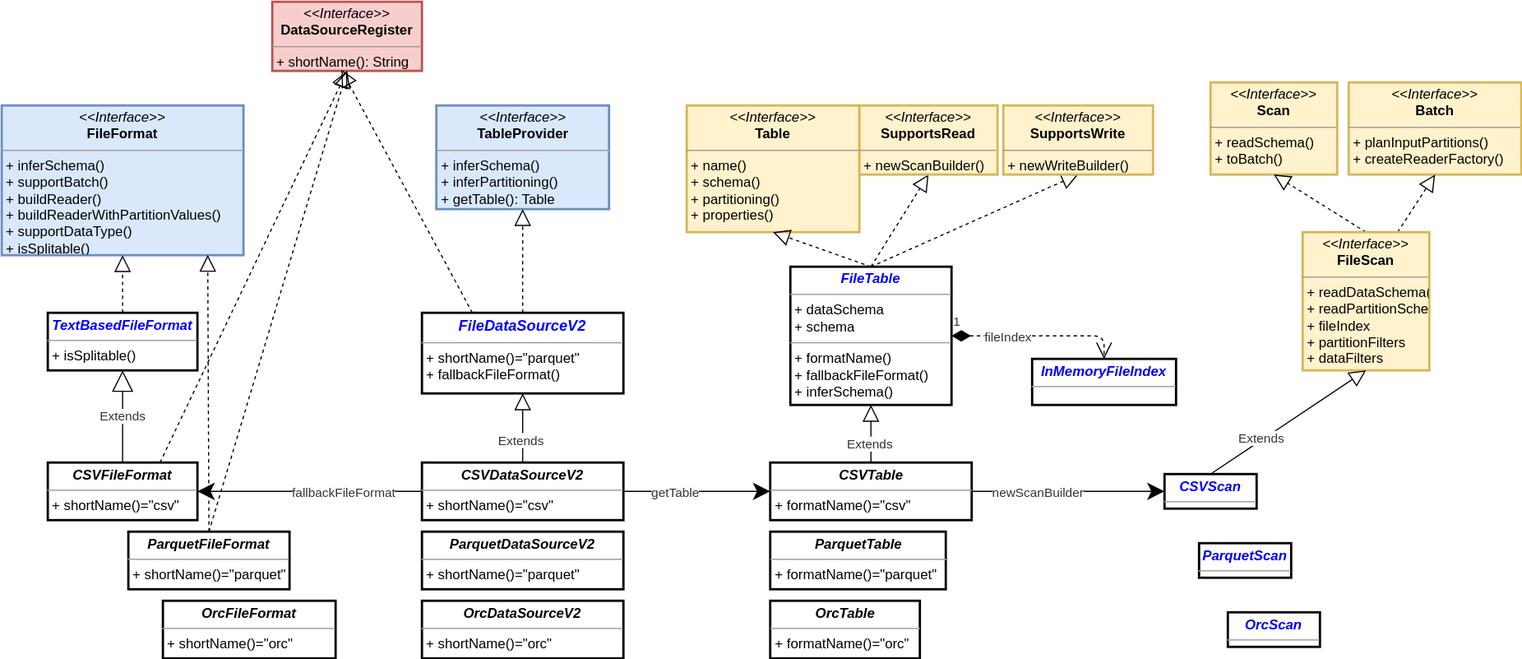
This is docs/spark/data-reader/datareader-data-source.svg from wbo4958/wbo4958.github.io, a draw.io export, as it was before one commit. Source tidied: cells renumbered, new cells last; positions are measured from the earlier drawing's top-left corner, leaving out a move shared by most shapes.
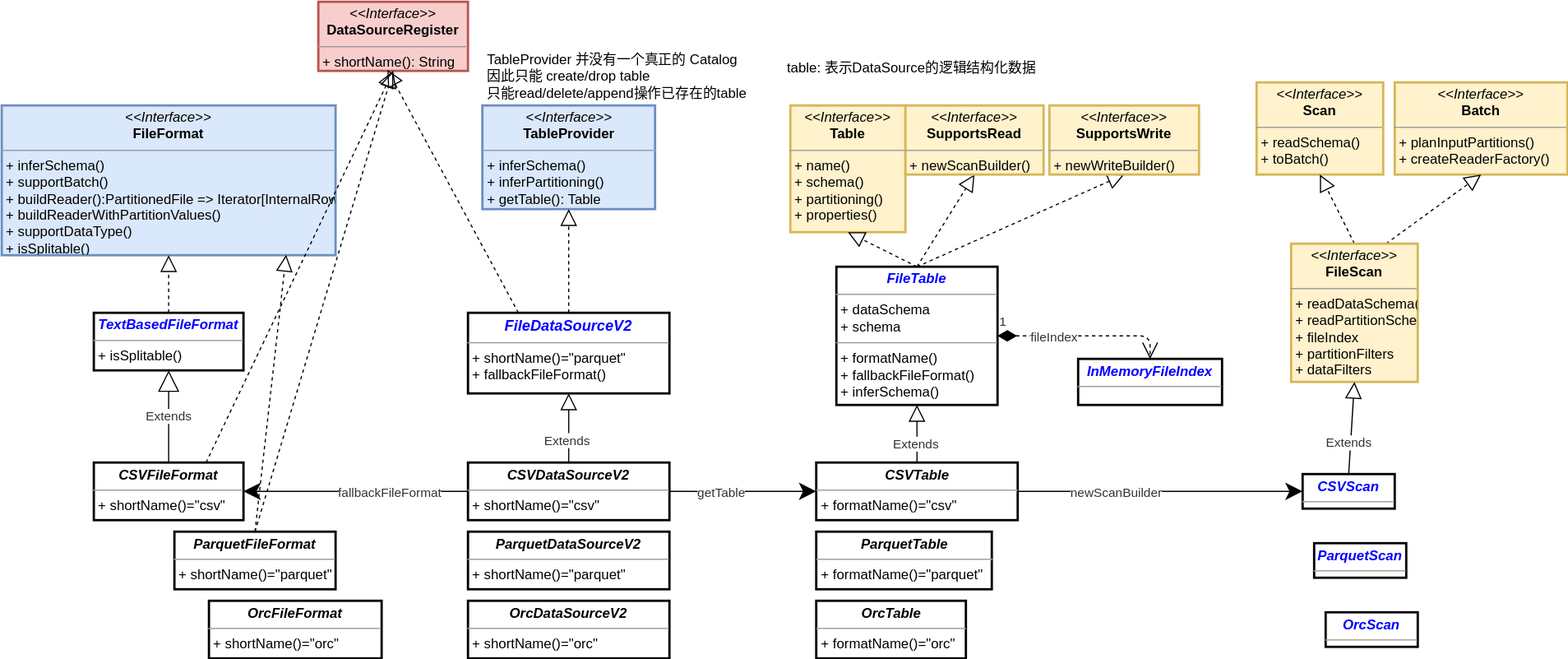
Later version of the same file.

Change to the diagram source:
```diff
@@ -5,8 +5,8 @@
     <mxCell id="2" value="&lt;p style=&quot;margin: 0px ; margin-top: 4px ; text-align: center&quot;&gt;&lt;i&gt;&amp;lt;&amp;lt;Interface&amp;gt;&amp;gt;&lt;/i&gt;&lt;br&gt;&lt;b&gt;DataSourceRegister&lt;/b&gt;&lt;br&gt;&lt;/p&gt;&lt;hr size=&quot;1&quot;&gt;&lt;p style=&quot;margin: 0px ; margin-left: 4px&quot;&gt;&lt;span&gt;+ shortName(): String&lt;/span&gt;&lt;/p&gt;" style="verticalAlign=top;align=left;overflow=fill;fontSize=12;fontFamily=Helvetica;html=1;strokeWidth=2;fillColor=#f8cecc;strokeColor=#b85450;" parent="1" vertex="1">
       <mxGeometry x="235" width="130" height="60" as="geometry" />
     </mxCell>
-    <mxCell id="3" value="&lt;p style=&quot;margin: 0px ; margin-top: 4px ; text-align: center&quot;&gt;&lt;i&gt;&amp;lt;&amp;lt;Interface&amp;gt;&amp;gt;&lt;/i&gt;&lt;br&gt;&lt;b&gt;FileFormat&lt;/b&gt;&lt;br&gt;&lt;/p&gt;&lt;hr size=&quot;1&quot;&gt;&lt;p style=&quot;margin: 0px ; margin-left: 4px&quot;&gt;&lt;span&gt;+ inferSchema()&lt;/span&gt;&lt;/p&gt;&lt;p style=&quot;margin: 0px ; margin-left: 4px&quot;&gt;&lt;span&gt;+ supportBatch()&lt;br&gt;+ buildReader()&lt;br&gt;+ buildReaderWithPartitionValues()&lt;br&gt;+ supportDataType()&lt;br&gt;+ isSplitable()&lt;/span&gt;&lt;/p&gt;" style="verticalAlign=top;align=left;overflow=fill;fontSize=12;fontFamily=Helvetica;html=1;strokeWidth=2;fillColor=#dae8fc;strokeColor=#6c8ebf;" parent="1" vertex="1">
-      <mxGeometry y="90" width="210" height="130" as="geometry" />
+    <mxCell id="3" value="&lt;p style=&quot;margin: 0px ; margin-top: 4px ; text-align: center&quot;&gt;&lt;i&gt;&amp;lt;&amp;lt;Interface&amp;gt;&amp;gt;&lt;/i&gt;&lt;br&gt;&lt;b&gt;FileFormat&lt;/b&gt;&lt;br&gt;&lt;/p&gt;&lt;hr size=&quot;1&quot;&gt;&lt;p style=&quot;margin: 0px ; margin-left: 4px&quot;&gt;&lt;span&gt;+ inferSchema()&lt;/span&gt;&lt;/p&gt;&lt;p style=&quot;margin: 0px ; margin-left: 4px&quot;&gt;&lt;span&gt;+ supportBatch()&lt;br&gt;+ buildReader():PartitionedFile =&amp;gt; Iterator[InternalRow]&lt;br&gt;+ buildReaderWithPartitionValues()&lt;br&gt;+ supportDataType()&lt;br&gt;+ isSplitable()&lt;/span&gt;&lt;/p&gt;" style="verticalAlign=top;align=left;overflow=fill;fontSize=12;fontFamily=Helvetica;html=1;strokeWidth=2;fillColor=#dae8fc;strokeColor=#6c8ebf;" parent="1" vertex="1">
+      <mxGeometry x="-40" y="90" width="290" height="130" as="geometry" />
     </mxCell>
     <mxCell id="4" value="&lt;p style=&quot;margin: 0px ; margin-top: 4px ; text-align: center&quot;&gt;&lt;i&gt;&lt;b&gt;&lt;font color=&quot;#0000ff&quot;&gt;TextBasedFileFormat&lt;/font&gt;&lt;/b&gt;&lt;/i&gt;&lt;br&gt;&lt;/p&gt;&lt;hr size=&quot;1&quot;&gt;&lt;p style=&quot;margin: 0px ; margin-left: 4px&quot;&gt;&lt;span&gt;+ isSplitable()&lt;/span&gt;&lt;/p&gt;" style="verticalAlign=top;align=left;overflow=fill;fontSize=12;fontFamily=Helvetica;html=1;strokeWidth=2;" parent="1" vertex="1">
       <mxGeometry x="40" y="270" width="130" height="50" as="geometry" />
@@ -69,7 +69,7 @@
       <mxGeometry x="365" y="400" width="175" height="50" as="geometry" />
     </mxCell>
     <mxCell id="24" value="&lt;p style=&quot;margin: 0px ; margin-top: 4px ; text-align: center&quot;&gt;&lt;i&gt;&amp;lt;&amp;lt;Interface&amp;gt;&amp;gt;&lt;/i&gt;&lt;br&gt;&lt;b&gt;Table&lt;/b&gt;&lt;br&gt;&lt;/p&gt;&lt;hr size=&quot;1&quot;&gt;&lt;p style=&quot;margin: 0px ; margin-left: 4px&quot;&gt;&lt;span&gt;+ name()&lt;/span&gt;&lt;/p&gt;&lt;p style=&quot;margin: 0px ; margin-left: 4px&quot;&gt;&lt;span&gt;+ schema()&lt;br&gt;+ partitioning()&lt;/span&gt;&lt;/p&gt;&lt;p style=&quot;margin: 0px ; margin-left: 4px&quot;&gt;&lt;span&gt;+ properties()&lt;/span&gt;&lt;/p&gt;" style="verticalAlign=top;align=left;overflow=fill;fontSize=12;fontFamily=Helvetica;html=1;strokeWidth=2;fillColor=#fff2cc;strokeColor=#d6b656;" parent="1" vertex="1">
-      <mxGeometry x="595" y="90" width="150" height="110" as="geometry" />
+      <mxGeometry x="645" y="90" width="100" height="110" as="geometry" />
     </mxCell>
     <mxCell id="25" style="edgeStyle=none;jettySize=auto;html=1;exitX=0.5;exitY=0;exitDx=0;exitDy=0;entryX=0.5;entryY=1;entryDx=0;entryDy=0;dashed=1;endArrow=block;endFill=0;endSize=12;fontColor=#333333;" parent="1" edge="1" source="29" target="24">
       <mxGeometry relative="1" as="geometry" />
@@ -126,7 +126,7 @@
       <mxGeometry x="-0.33" y="2" relative="1" as="geometry" />
     </mxCell>
     <mxCell id="41" value="&lt;p style=&quot;margin: 0px ; margin-top: 4px ; text-align: center&quot;&gt;&lt;i&gt;CSVScan&lt;/i&gt;&lt;br&gt;&lt;/p&gt;&lt;hr size=&quot;1&quot;&gt;&lt;p style=&quot;margin: 0px ; margin-left: 4px&quot;&gt;&lt;span&gt;&lt;br&gt;&lt;/span&gt;&lt;/p&gt;" style="verticalAlign=top;align=left;overflow=fill;fontSize=12;fontFamily=Helvetica;html=1;strokeWidth=2;fontStyle=1;labelBackgroundColor=none;fontColor=#0000FF;" parent="1" vertex="1">
-      <mxGeometry x="1010" y="410" width="80" height="30" as="geometry" />
+      <mxGeometry x="1090" y="410" width="80" height="30" as="geometry" />
     </mxCell>
     <mxCell id="42" style="edgeStyle=none;jettySize=auto;html=1;endArrow=classic;endFill=1;endSize=12;fontColor=#333333;exitX=1;exitY=0.5;exitDx=0;exitDy=0;" parent="1" edge="1" source="32" target="41">
       <mxGeometry relative="1" as="geometry" />
@@ -135,10 +135,10 @@
       <mxGeometry x="-0.32" relative="1" as="geometry" />
     </mxCell>
     <mxCell id="44" value="&lt;p style=&quot;margin: 0px ; margin-top: 4px ; text-align: center&quot;&gt;&lt;i&gt;ParquetScan&lt;/i&gt;&lt;br&gt;&lt;/p&gt;&lt;hr size=&quot;1&quot;&gt;&lt;p style=&quot;margin: 0px ; margin-left: 4px&quot;&gt;&lt;span&gt;&lt;br&gt;&lt;/span&gt;&lt;/p&gt;" style="verticalAlign=top;align=left;overflow=fill;fontSize=12;fontFamily=Helvetica;html=1;strokeWidth=2;fontStyle=1;labelBackgroundColor=none;fontColor=#0000FF;" parent="1" vertex="1">
-      <mxGeometry x="1040" y="470" width="80" height="30" as="geometry" />
+      <mxGeometry x="1100" y="470" width="80" height="30" as="geometry" />
     </mxCell>
     <mxCell id="45" value="&lt;p style=&quot;margin: 0px ; margin-top: 4px ; text-align: center&quot;&gt;&lt;i&gt;OrcScan&lt;/i&gt;&lt;br&gt;&lt;/p&gt;&lt;hr size=&quot;1&quot;&gt;&lt;p style=&quot;margin: 0px ; margin-left: 4px&quot;&gt;&lt;span&gt;&lt;br&gt;&lt;/span&gt;&lt;/p&gt;" style="verticalAlign=top;align=left;overflow=fill;fontSize=12;fontFamily=Helvetica;html=1;strokeWidth=2;fontStyle=1;labelBackgroundColor=none;fontColor=#0000FF;" parent="1" vertex="1">
-      <mxGeometry x="1065" y="530" width="80" height="30" as="geometry" />
+      <mxGeometry x="1110" y="530" width="80" height="30" as="geometry" />
     </mxCell>
     <mxCell id="46" value="&lt;p style=&quot;margin: 0px ; margin-top: 4px ; text-align: center&quot;&gt;&lt;i&gt;&amp;lt;&amp;lt;Interface&amp;gt;&amp;gt;&lt;/i&gt;&lt;br&gt;&lt;b&gt;Scan&lt;/b&gt;&lt;br&gt;&lt;/p&gt;&lt;hr size=&quot;1&quot;&gt;&lt;p style=&quot;margin: 0px ; margin-left: 4px&quot;&gt;&lt;span&gt;+ readSchema()&lt;/span&gt;&lt;/p&gt;&lt;p style=&quot;margin: 0px ; margin-left: 4px&quot;&gt;&lt;span&gt;+ toBatch()&lt;/span&gt;&lt;/p&gt;" style="verticalAlign=top;align=left;overflow=fill;fontSize=12;fontFamily=Helvetica;html=1;strokeWidth=2;fillColor=#fff2cc;strokeColor=#d6b656;" parent="1" vertex="1">
       <mxGeometry x="1050" y="70" width="110" height="80" as="geometry" />
@@ -153,7 +153,7 @@
       <mxGeometry relative="1" as="geometry" />
     </mxCell>
     <mxCell id="50" value="&lt;p style=&quot;margin: 0px ; margin-top: 4px ; text-align: center&quot;&gt;&lt;i&gt;&amp;lt;&amp;lt;Interface&amp;gt;&amp;gt;&lt;/i&gt;&lt;br&gt;&lt;b&gt;FileScan&lt;/b&gt;&lt;br&gt;&lt;/p&gt;&lt;hr size=&quot;1&quot;&gt;&lt;p style=&quot;margin: 0px ; margin-left: 4px&quot;&gt;&lt;span&gt;+ readDataSchema()&lt;/span&gt;&lt;/p&gt;&lt;p style=&quot;margin: 0px ; margin-left: 4px&quot;&gt;&lt;span&gt;+ readPartitionSchema()&lt;br&gt;+ fileIndex&lt;/span&gt;&lt;/p&gt;&lt;p style=&quot;margin: 0px ; margin-left: 4px&quot;&gt;&lt;span&gt;+ partitionFilters&lt;br&gt;+ dataFilters&lt;/span&gt;&lt;/p&gt;" style="verticalAlign=top;align=left;overflow=fill;fontSize=12;fontFamily=Helvetica;html=1;strokeWidth=2;fillColor=#fff2cc;strokeColor=#d6b656;" parent="1" vertex="1">
-      <mxGeometry x="1130" y="200" width="110" height="120" as="geometry" />
+      <mxGeometry x="1080" y="210" width="110" height="120" as="geometry" />
     </mxCell>
     <mxCell id="51" style="edgeStyle=none;jettySize=auto;html=1;exitX=0.5;exitY=0;exitDx=0;exitDy=0;endArrow=block;endFill=0;endSize=12;fontColor=#333333;entryX=0.5;entryY=1;entryDx=0;entryDy=0;" parent="1" edge="1" source="41" target="50">
       <mxGeometry relative="1" as="geometry" />
@@ -161,5 +161,11 @@
     <mxCell id="52" value="Extends" style="edgeLabel;html=1;align=center;verticalAlign=middle;fontColor=#333333;" parent="51" vertex="1">
       <mxGeometry x="-0.33" y="2" relative="1" as="geometry" />
     </mxCell>
+    <mxCell id="53" value="&lt;div&gt;table: 表示DataSource的逻辑结构化数据&lt;/div&gt;&lt;div&gt;&lt;br&gt;&lt;/div&gt;" style="text;html=1;align=center;verticalAlign=middle;strokeColor=none;fillColor=none;" parent="1" vertex="1">
+      <mxGeometry x="635" y="50" width="230" height="30" as="geometry" />
+    </mxCell>
+    <mxCell id="54" value="TableProvider 并没有一个真正的 Catalog&lt;br&gt;因此只能 create/drop table&lt;br&gt;只能read/delete/append操作已存在的table" style="text;html=1;align=left;verticalAlign=middle;strokeColor=none;fillColor=none;" parent="1" vertex="1">
+      <mxGeometry x="380" y="40" width="240" height="50" as="geometry" />
+    </mxCell>
   </root>
 </mxGraphModel>
```
